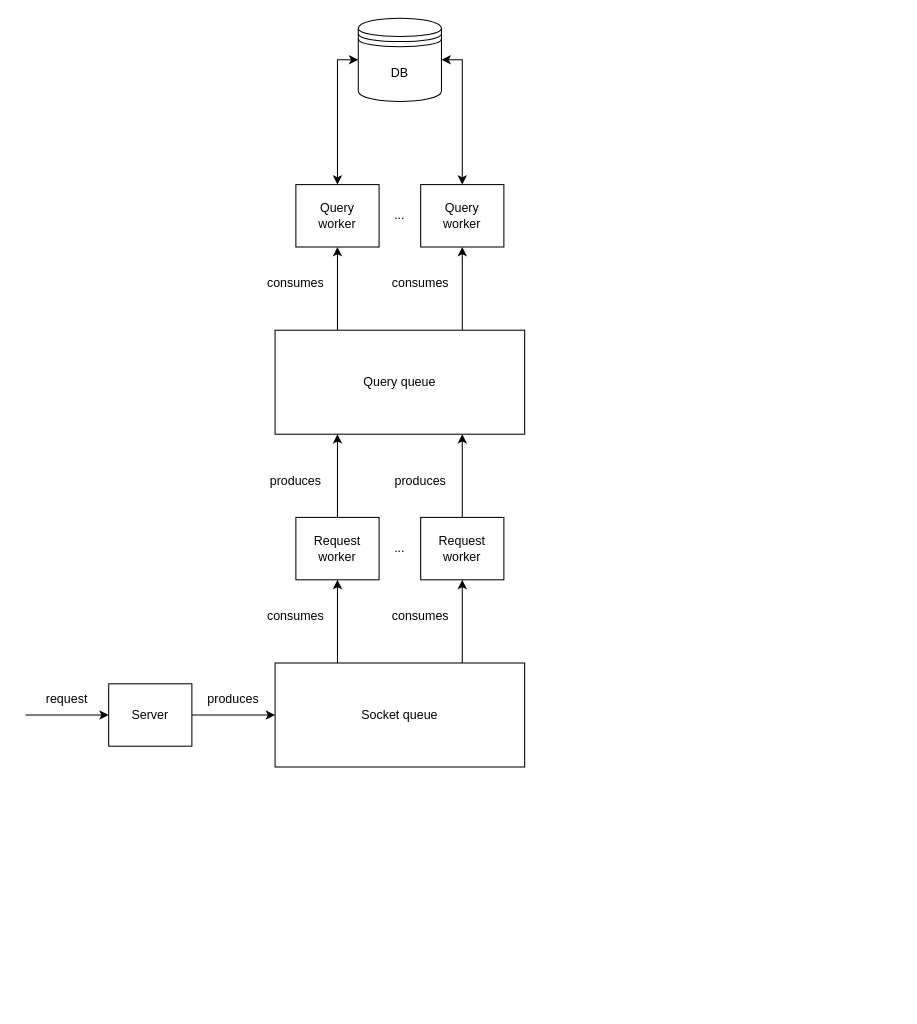
This is page "Page-2" (2 of 2) of ER.drawio from Clamentos/ProjectBlackhole, a draw.io file, before an edit. Source tidied: cells renumbered, new cells numbered last; positions are measured from the earlier drawing's top-left corner, leaving out a move shared by most shapes. Both pictures are drawn from the tidied source at 104%, with x=0, y=0 at pixel (25, 18).
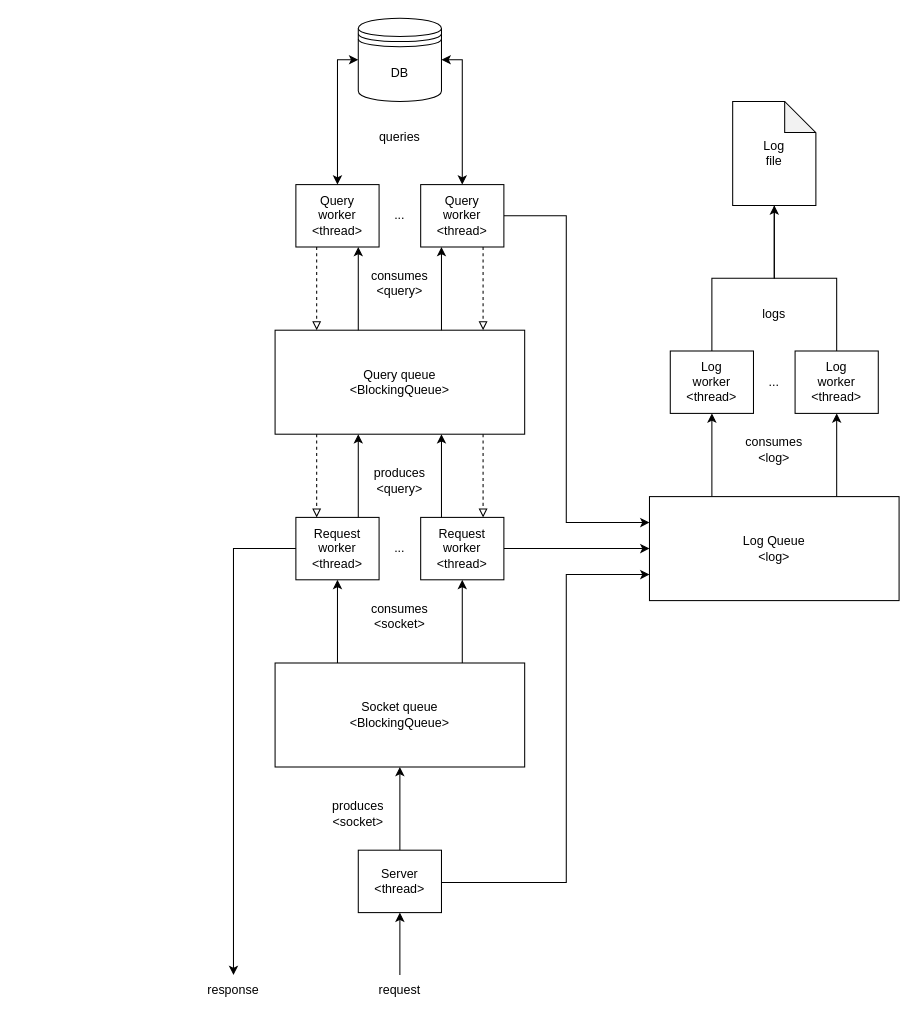
The same page after the edit.

What changed in the source:
```diff
@@
-    <mxCell id="2" style="edgeStyle=orthogonalEdgeStyle;rounded=0;jettySize=auto;html=1;exitX=1;exitY=0.5;exitDx=0;exitDy=0;entryX=0;entryY=0.5;entryDx=0;entryDy=0;" parent="1" edge="1" source="4" target="7">
+    <mxCell id="2" style="edgeStyle=orthogonalEdgeStyle;rounded=0;jettySize=auto;html=1;exitX=0.5;exitY=0;exitDx=0;exitDy=0;entryX=0.5;entryY=1;entryDx=0;entryDy=0;" parent="1" edge="1" source="4" target="7">
       <mxGeometry relative="1" as="geometry" />
     </mxCell>
-    <mxCell id="3" style="edgeStyle=orthogonalEdgeStyle;rounded=0;jettySize=auto;html=1;startArrow=classic;startFill=1;endArrow=none;endFill=0;" parent="1" edge="1" source="4">
+    <mxCell id="3" style="edgeStyle=orthogonalEdgeStyle;rounded=0;jettySize=auto;html=1;startArrow=classic;startFill=1;endArrow=none;endFill=0;exitX=0.5;exitY=1;exitDx=0;exitDy=0;" parent="1" edge="1" source="4">
       <mxGeometry relative="1" as="geometry">
-        <mxPoint y="670" as="targetPoint" />
+        <mxPoint x="360" y="920" as="targetPoint" />
       </mxGeometry>
     </mxCell>
+    <mxCell id="30" style="edgeStyle=orthogonalEdgeStyle;rounded=0;jettySize=auto;html=1;entryX=0;entryY=0.75;entryDx=0;entryDy=0;exitX=1;exitY=0.5;exitDx=0;exitDy=0;" parent="1" edge="1" source="4" target="46">
+      <mxGeometry relative="1" as="geometry">
+        <Array as="points">
+          <mxPoint x="520" y="831" />
+          <mxPoint x="520" y="535" />
+        </Array>
+      </mxGeometry>
+    </mxCell>
-    <mxCell id="4" value="Server" style="rounded=0;whiteSpace=wrap;html=1;" parent="1" vertex="1">
-      <mxGeometry x="80" y="640" width="80" height="60" as="geometry" />
+    <mxCell id="4" value="Server&lt;br&gt;&amp;lt;thread&amp;gt;" style="rounded=0;whiteSpace=wrap;html=1;" parent="1" vertex="1">
+      <mxGeometry x="320" y="800" width="80" height="60" as="geometry" />
     </mxCell>
@@
-    <mxCell id="7" value="Socket queue" style="rounded=0;whiteSpace=wrap;html=1;" parent="1" vertex="1">
+    <mxCell id="7" value="Socket queue&lt;br&gt;&amp;lt;BlockingQueue&amp;gt;" style="rounded=0;whiteSpace=wrap;html=1;" parent="1" vertex="1">
       <mxGeometry x="240" y="620" width="240" height="100" as="geometry" />
     </mxCell>
-    <mxCell id="8" style="edgeStyle=orthogonalEdgeStyle;rounded=0;jettySize=auto;html=1;exitX=0.5;exitY=0;exitDx=0;exitDy=0;entryX=0.25;entryY=1;entryDx=0;entryDy=0;" parent="1" edge="1" source="9" target="15">
-      <mxGeometry relative="1" as="geometry" />
-    </mxCell>
-    <mxCell id="9" value="Request&lt;br&gt;worker" style="rounded=0;whiteSpace=wrap;html=1;" parent="1" vertex="1">
+    <mxCell id="9" value="Request&lt;br&gt;worker&lt;br&gt;&amp;lt;thread&amp;gt;" style="rounded=0;whiteSpace=wrap;html=1;" parent="1" vertex="1">
       <mxGeometry x="260" y="480" width="80" height="60" as="geometry" />
     </mxCell>
-    <mxCell id="10" style="edgeStyle=orthogonalEdgeStyle;rounded=0;jettySize=auto;html=1;exitX=0.5;exitY=0;exitDx=0;exitDy=0;entryX=0.75;entryY=1;entryDx=0;entryDy=0;" parent="1" edge="1" source="11" target="15">
-      <mxGeometry relative="1" as="geometry" />
-    </mxCell>
+    <mxCell id="31" style="edgeStyle=orthogonalEdgeStyle;rounded=0;jettySize=auto;html=1;entryX=0;entryY=0.5;entryDx=0;entryDy=0;exitX=1;exitY=0.5;exitDx=0;exitDy=0;" parent="1" edge="1" source="11" target="46">
+      <mxGeometry relative="1" as="geometry" />
+    </mxCell>
-    <mxCell id="11" value="Request&lt;br&gt;worker" style="rounded=0;whiteSpace=wrap;html=1;" parent="1" vertex="1">
+    <mxCell id="11" value="Request&lt;br&gt;worker&lt;br&gt;&amp;lt;thread&amp;gt;" style="rounded=0;whiteSpace=wrap;html=1;" parent="1" vertex="1">
       <mxGeometry x="380" y="480" width="80" height="60" as="geometry" />
     </mxCell>
@@
-    <mxCell id="13" style="edgeStyle=orthogonalEdgeStyle;rounded=0;jettySize=auto;html=1;exitX=0.25;exitY=0;exitDx=0;exitDy=0;entryX=0.5;entryY=1;entryDx=0;entryDy=0;" parent="1" edge="1" source="15" target="17">
-      <mxGeometry relative="1" as="geometry" />
-    </mxCell>
-    <mxCell id="14" style="edgeStyle=orthogonalEdgeStyle;rounded=0;jettySize=auto;html=1;exitX=0.75;exitY=0;exitDx=0;exitDy=0;entryX=0.5;entryY=1;entryDx=0;entryDy=0;" parent="1" edge="1" source="15" target="19">
-      <mxGeometry relative="1" as="geometry" />
-    </mxCell>
-    <mxCell id="15" value="Query queue" style="rounded=0;whiteSpace=wrap;html=1;" parent="1" vertex="1">
+    <mxCell id="15" value="Query queue&lt;br&gt;&amp;lt;BlockingQueue&amp;gt;" style="rounded=0;whiteSpace=wrap;html=1;" parent="1" vertex="1">
       <mxGeometry x="240" y="300" width="240" height="100" as="geometry" />
     </mxCell>
@@
-    <mxCell id="17" value="Query&lt;br&gt;worker" style="rounded=0;whiteSpace=wrap;html=1;" parent="1" vertex="1">
+    <mxCell id="17" value="Query&lt;br&gt;worker&lt;br&gt;&amp;lt;thread&amp;gt;" style="rounded=0;whiteSpace=wrap;html=1;" parent="1" vertex="1">
       <mxGeometry x="260" y="160" width="80" height="60" as="geometry" />
     </mxCell>
@@
+    <mxCell id="32" style="edgeStyle=orthogonalEdgeStyle;rounded=0;jettySize=auto;html=1;entryX=0;entryY=0.25;entryDx=0;entryDy=0;" parent="1" edge="1" source="19" target="46">
+      <mxGeometry relative="1" as="geometry">
+        <Array as="points">
+          <mxPoint x="520" y="190" />
+          <mxPoint x="520" y="485" />
+        </Array>
+      </mxGeometry>
+    </mxCell>
-    <mxCell id="19" value="Query&lt;br&gt;worker" style="rounded=0;whiteSpace=wrap;html=1;" parent="1" vertex="1">
+    <mxCell id="19" value="Query&lt;br&gt;worker&lt;br&gt;&amp;lt;thread&amp;gt;" style="rounded=0;whiteSpace=wrap;html=1;" parent="1" vertex="1">
       <mxGeometry x="380" y="160" width="80" height="60" as="geometry" />
     </mxCell>
@@
-    <mxCell id="21" value="produces" style="text;html=1;strokeColor=none;fillColor=none;align=center;verticalAlign=middle;whiteSpace=wrap;rounded=0;" parent="1" vertex="1">
-      <mxGeometry x="160" y="640" width="80" height="30" as="geometry" />
+    <mxCell id="21" value="produces&lt;br&gt;&amp;lt;socket&amp;gt;" style="text;html=1;strokeColor=none;fillColor=none;align=center;verticalAlign=middle;whiteSpace=wrap;rounded=0;" parent="1" vertex="1">
+      <mxGeometry x="280" y="750" width="80" height="30" as="geometry" />
     </mxCell>
-    <mxCell id="22" value="consumes" style="text;html=1;strokeColor=none;fillColor=none;align=center;verticalAlign=middle;whiteSpace=wrap;rounded=0;" parent="1" vertex="1">
-      <mxGeometry x="220" y="560" width="80" height="30" as="geometry" />
-    </mxCell>
-    <mxCell id="23" value="consumes" style="text;html=1;strokeColor=none;fillColor=none;align=center;verticalAlign=middle;whiteSpace=wrap;rounded=0;" parent="1" vertex="1">
-      <mxGeometry x="340" y="560" width="80" height="30" as="geometry" />
+    <mxCell id="23" value="consumes&lt;br&gt;&amp;lt;socket&amp;gt;" style="text;html=1;strokeColor=none;fillColor=none;align=center;verticalAlign=middle;whiteSpace=wrap;rounded=0;" parent="1" vertex="1">
+      <mxGeometry x="320" y="560" width="80" height="30" as="geometry" />
     </mxCell>
-    <mxCell id="24" value="produces" style="text;html=1;strokeColor=none;fillColor=none;align=center;verticalAlign=middle;whiteSpace=wrap;rounded=0;" parent="1" vertex="1">
-      <mxGeometry x="220" y="430" width="80" height="30" as="geometry" />
-    </mxCell>
-    <mxCell id="25" value="produces" style="text;html=1;strokeColor=none;fillColor=none;align=center;verticalAlign=middle;whiteSpace=wrap;rounded=0;" parent="1" vertex="1">
-      <mxGeometry x="340" y="430" width="80" height="30" as="geometry" />
+    <mxCell id="25" value="produces&lt;br&gt;&amp;lt;query&amp;gt;" style="text;html=1;strokeColor=none;fillColor=none;align=center;verticalAlign=middle;whiteSpace=wrap;rounded=0;" parent="1" vertex="1">
+      <mxGeometry x="320" y="430" width="80" height="30" as="geometry" />
     </mxCell>
-    <mxCell id="26" value="consumes" style="text;html=1;strokeColor=none;fillColor=none;align=center;verticalAlign=middle;whiteSpace=wrap;rounded=0;" parent="1" vertex="1">
-      <mxGeometry x="220" y="240" width="80" height="30" as="geometry" />
-    </mxCell>
-    <mxCell id="27" value="consumes" style="text;html=1;strokeColor=none;fillColor=none;align=center;verticalAlign=middle;whiteSpace=wrap;rounded=0;" parent="1" vertex="1">
-      <mxGeometry x="340" y="240" width="80" height="30" as="geometry" />
+    <mxCell id="27" value="consumes&lt;br&gt;&amp;lt;query&amp;gt;" style="text;html=1;strokeColor=none;fillColor=none;align=center;verticalAlign=middle;whiteSpace=wrap;rounded=0;" parent="1" vertex="1">
+      <mxGeometry x="320" y="240" width="80" height="30" as="geometry" />
     </mxCell>
@@
     <mxCell id="29" value="request" style="text;html=1;strokeColor=none;fillColor=none;align=center;verticalAlign=middle;whiteSpace=wrap;rounded=0;" parent="1" vertex="1">
-      <mxGeometry y="640" width="80" height="30" as="geometry" />
+      <mxGeometry x="320" y="920" width="80" height="30" as="geometry" />
     </mxCell>
+    <mxCell id="33" style="endArrow=classic;html=1;rounded=0;entryX=0.25;entryY=1;entryDx=0;entryDy=0;" parent="1" edge="1" target="19">
+      <mxGeometry relative="1" as="geometry">
+        <mxPoint x="400" y="300" as="sourcePoint" />
+      </mxGeometry>
+    </mxCell>
+    <mxCell id="34" style="endArrow=classic;html=1;rounded=0;entryX=0.75;entryY=1;entryDx=0;entryDy=0;" parent="1" edge="1" target="17">
+      <mxGeometry relative="1" as="geometry">
+        <mxPoint x="320" y="300" as="sourcePoint" />
+      </mxGeometry>
+    </mxCell>
+    <mxCell id="35" value="queries" style="text;html=1;strokeColor=none;fillColor=none;align=center;verticalAlign=middle;whiteSpace=wrap;rounded=0;" parent="1" vertex="1">
+      <mxGeometry x="320" y="100" width="80" height="30" as="geometry" />
+    </mxCell>
+    <mxCell id="36" style="endArrow=block;html=1;rounded=0;dashed=1;endFill=0;" parent="1" edge="1">
+      <mxGeometry relative="1" as="geometry">
+        <mxPoint x="280" y="220" as="sourcePoint" />
+        <mxPoint x="280" y="300" as="targetPoint" />
+      </mxGeometry>
+    </mxCell>
+    <mxCell id="37" style="endArrow=block;html=1;rounded=0;dashed=1;endFill=0;" parent="1" edge="1">
+      <mxGeometry relative="1" as="geometry">
+        <mxPoint x="440" y="220" as="sourcePoint" />
+        <mxPoint x="440" y="300" as="targetPoint" />
+      </mxGeometry>
+    </mxCell>
+    <mxCell id="38" style="endArrow=block;html=1;rounded=0;dashed=1;endFill=0;" parent="1" edge="1">
+      <mxGeometry relative="1" as="geometry">
+        <mxPoint x="440" y="400" as="sourcePoint" />
+        <mxPoint x="440" y="480" as="targetPoint" />
+      </mxGeometry>
+    </mxCell>
+    <mxCell id="39" style="endArrow=classic;html=1;rounded=0;entryX=0.25;entryY=1;entryDx=0;entryDy=0;" parent="1" edge="1">
+      <mxGeometry relative="1" as="geometry">
+        <mxPoint x="400" y="480" as="sourcePoint" />
+        <mxPoint x="400" y="400" as="targetPoint" />
+      </mxGeometry>
+    </mxCell>
+    <mxCell id="40" style="endArrow=classic;html=1;rounded=0;entryX=0.25;entryY=1;entryDx=0;entryDy=0;" parent="1" edge="1">
+      <mxGeometry relative="1" as="geometry">
+        <mxPoint x="320" y="480" as="sourcePoint" />
+        <mxPoint x="320" y="400" as="targetPoint" />
+      </mxGeometry>
+    </mxCell>
+    <mxCell id="41" style="endArrow=block;html=1;rounded=0;dashed=1;endFill=0;" parent="1" edge="1">
+      <mxGeometry relative="1" as="geometry">
+        <mxPoint x="280" y="400" as="sourcePoint" />
+        <mxPoint x="280" y="480" as="targetPoint" />
+      </mxGeometry>
+    </mxCell>
+    <mxCell id="42" style="endArrow=classic;html=1;rounded=0;exitX=0;exitY=0.5;exitDx=0;exitDy=0;" parent="1" edge="1" source="9">
+      <mxGeometry relative="1" as="geometry">
+        <mxPoint x="200" y="920" as="targetPoint" />
+        <Array as="points">
+          <mxPoint x="200" y="510" />
+        </Array>
+      </mxGeometry>
+    </mxCell>
+    <mxCell id="43" value="response" style="text;html=1;strokeColor=none;fillColor=none;align=center;verticalAlign=middle;whiteSpace=wrap;rounded=0;" parent="1" vertex="1">
+      <mxGeometry x="160" y="920" width="80" height="30" as="geometry" />
+    </mxCell>
+    <mxCell id="44" style="edgeStyle=orthogonalEdgeStyle;rounded=0;jettySize=auto;html=1;exitX=0.25;exitY=0;exitDx=0;exitDy=0;entryX=0.5;entryY=1;entryDx=0;entryDy=0;" parent="1" edge="1" source="46" target="48">
+      <mxGeometry relative="1" as="geometry" />
+    </mxCell>
+    <mxCell id="45" style="edgeStyle=orthogonalEdgeStyle;rounded=0;jettySize=auto;html=1;exitX=0.75;exitY=0;exitDx=0;exitDy=0;entryX=0.5;entryY=1;entryDx=0;entryDy=0;" parent="1" edge="1" source="46" target="50">
+      <mxGeometry relative="1" as="geometry" />
+    </mxCell>
+    <mxCell id="46" value="Log Queue&lt;br&gt;&amp;lt;log&amp;gt;" style="rounded=0;whiteSpace=wrap;html=1;" parent="1" vertex="1">
+      <mxGeometry x="600" y="460" width="240" height="100" as="geometry" />
+    </mxCell>
+    <mxCell id="47" style="edgeStyle=orthogonalEdgeStyle;rounded=0;jettySize=auto;html=1;exitX=0.5;exitY=0;exitDx=0;exitDy=0;entryX=0.5;entryY=1;entryDx=0;entryDy=0;entryPerimeter=0;" parent="1" edge="1" source="48" target="53">
+      <mxGeometry relative="1" as="geometry" />
+    </mxCell>
+    <mxCell id="48" value="Log&lt;br&gt;worker&lt;br&gt;&amp;lt;thread&amp;gt;" style="rounded=0;whiteSpace=wrap;html=1;" parent="1" vertex="1">
+      <mxGeometry x="620" y="320" width="80" height="60" as="geometry" />
+    </mxCell>
+    <mxCell id="49" style="edgeStyle=orthogonalEdgeStyle;rounded=0;jettySize=auto;html=1;exitX=0.5;exitY=0;exitDx=0;exitDy=0;entryX=0.5;entryY=1;entryDx=0;entryDy=0;entryPerimeter=0;endArrow=none;endFill=0;" parent="1" edge="1" source="50" target="53">
+      <mxGeometry relative="1" as="geometry" />
+    </mxCell>
+    <mxCell id="50" value="Log&lt;br&gt;worker&lt;br&gt;&amp;lt;thread&amp;gt;" style="rounded=0;whiteSpace=wrap;html=1;" parent="1" vertex="1">
+      <mxGeometry x="740" y="320" width="80" height="60" as="geometry" />
+    </mxCell>
+    <mxCell id="51" value="consumes&lt;br&gt;&amp;lt;log&amp;gt;" style="text;html=1;strokeColor=none;fillColor=none;align=center;verticalAlign=middle;whiteSpace=wrap;rounded=0;" parent="1" vertex="1">
+      <mxGeometry x="680" y="400" width="80" height="30" as="geometry" />
+    </mxCell>
+    <mxCell id="52" value="..." style="text;html=1;strokeColor=none;fillColor=none;align=center;verticalAlign=middle;whiteSpace=wrap;rounded=0;" parent="1" vertex="1">
+      <mxGeometry x="700" y="330" width="40" height="40" as="geometry" />
+    </mxCell>
+    <mxCell id="53" value="Log&lt;br&gt;file" style="shape=note;whiteSpace=wrap;html=1;backgroundOutline=1;darkOpacity=0.05;" parent="1" vertex="1">
+      <mxGeometry x="680" y="80" width="80" height="100" as="geometry" />
+    </mxCell>
+    <mxCell id="54" value="logs" style="text;html=1;strokeColor=none;fillColor=none;align=center;verticalAlign=middle;whiteSpace=wrap;rounded=0;" parent="1" vertex="1">
+      <mxGeometry x="680" y="270" width="80" height="30" as="geometry" />
+    </mxCell>
```
